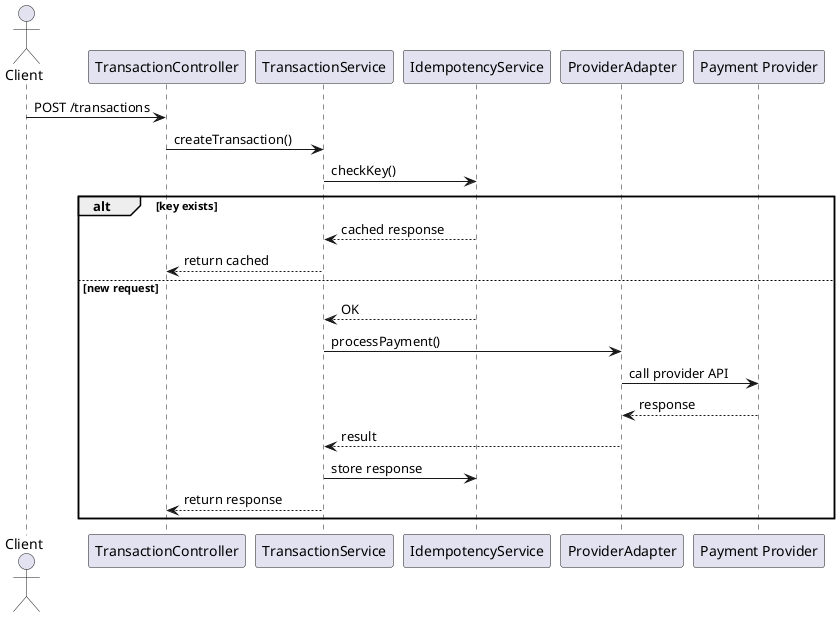
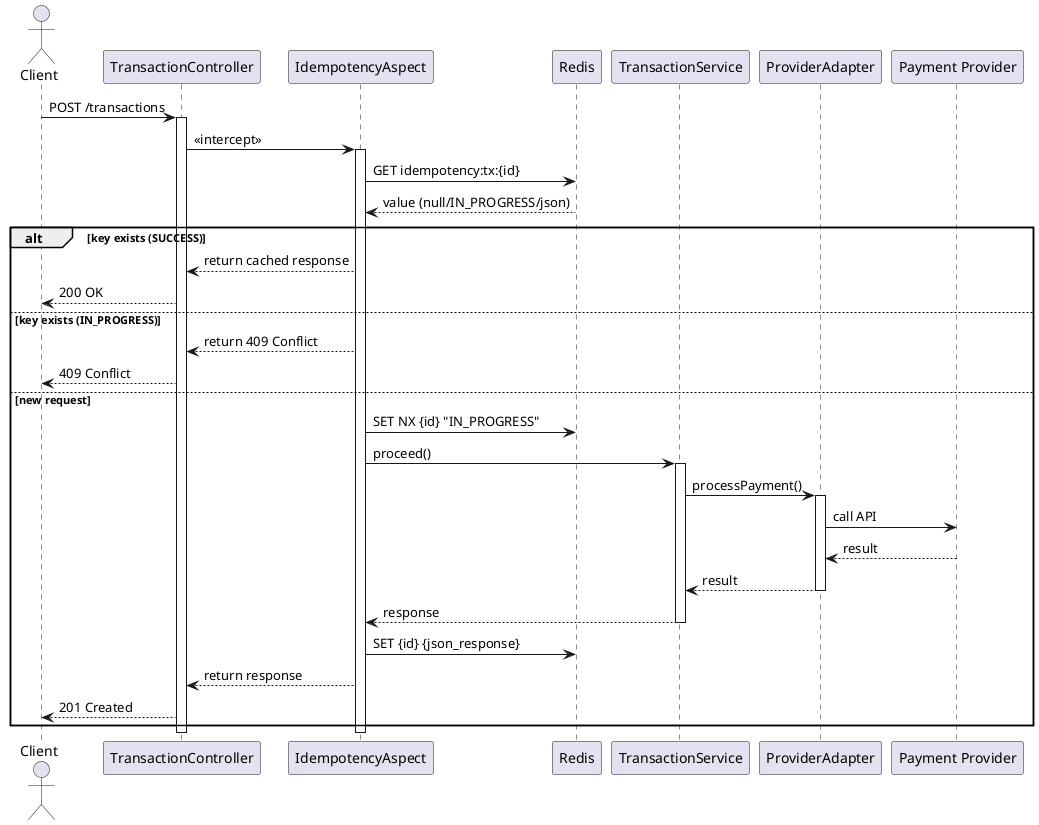
@startuml
actor Client

participant "TransactionController" as C
+ participant "IdempotencyAspect" as A
+ participant "Redis" as R
participant "TransactionService" as S
- participant "IdempotencyService" as I
participant "ProviderAdapter" as P
participant "Payment Provider" as Ext

Client -> C : POST /transactions
- C -> S : createTransaction()
+ activate C

- S -> I : checkKey()
+ C -> A : <<intercept>>
+ activate A

- alt key exists
-     I --> S : cached response
-     S --> C : return cached
+ A -> R : GET idempotency:tx:{id}
+ R --> A : value (null/IN_PROGRESS/json)
+ 
+ alt key exists (SUCCESS)
+     A --> C : return cached response
+     C --> Client : 200 OK
+ else key exists (IN_PROGRESS)
+     A --> C : return 409 Conflict
+     C --> Client : 409 Conflict
else new request
-     I --> S : OK
+     A -> R : SET NX {id} "IN_PROGRESS"
+ 
+     A -> S : proceed()
+     activate S

    S -> P : processPayment()
-     P -> Ext : call provider API
-     Ext --> P : response
+     activate P
+     P -> Ext : call API
+     Ext --> P : result
+     P --> S : result
+     deactivate P

-     P --> S : result
-     S -> I : store response
+     S --> A : response
+     deactivate S

-     S --> C : return response
+     A -> R : SET {id} {json_response}
+     A --> C : return response
+     C --> Client : 201 Created
end

+ deactivate A
+ deactivate C
+ 
@enduml